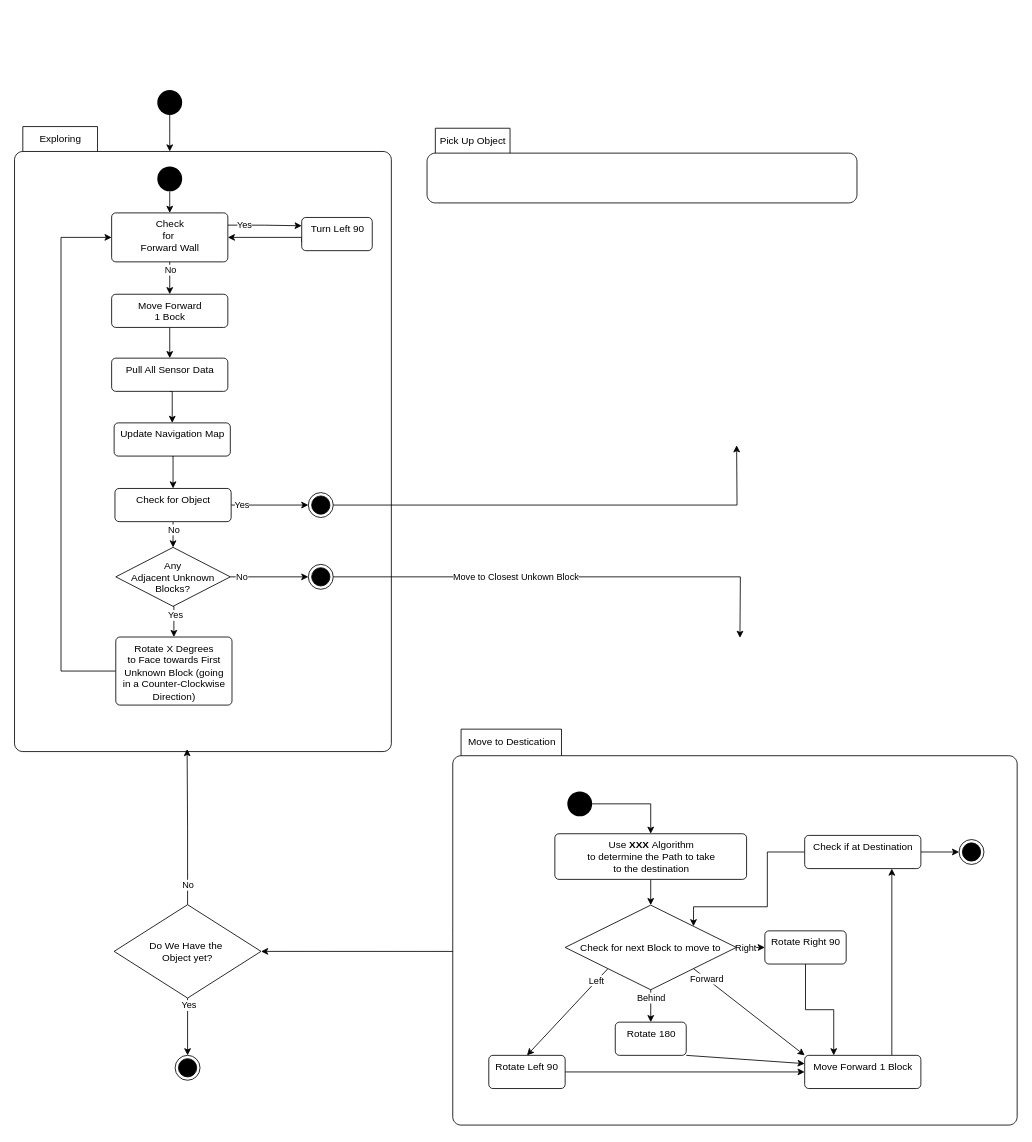
Earlier version of the draw.io diagram Documentation/StateChart.drawio (martinklamrowski/project-blue-jeans). Source tidied: cells renumbered, new cells numbered last; positions are measured from the earlier drawing's top-left corner, leaving out a move shared by most shapes. Both pictures are drawn from the tidied source at 83%, with x=0, y=0 at pixel (14, 90).
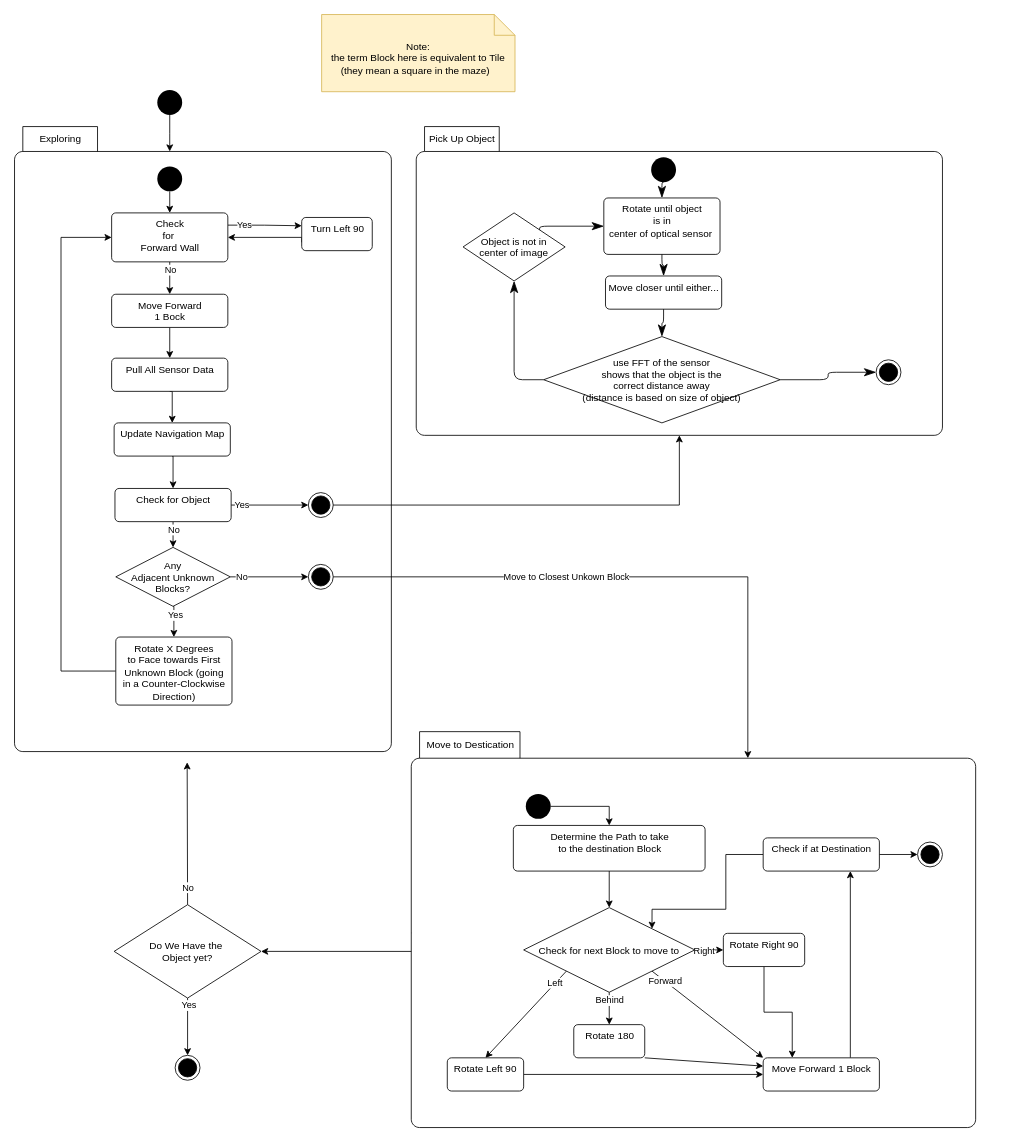
Above is the later version.

Unchanged cells that the change refers to:
```xml
<mxCell id="2" value="Exploring" style="shape=folder;align=center;verticalAlign=middle;fontStyle=0;tabWidth=100;tabHeight=30;tabPosition=left;html=1;boundedLbl=1;labelInHeader=1;rounded=1;absoluteArcSize=1;arcSize=10;" parent="1" vertex="1">
  <mxGeometry y="44" width="454" height="753" as="geometry" />
</mxCell>
<mxCell id="25" style="ellipse;html=1;shape=endState;fillColor=#000000;strokeColor=#000000;" parent="1" vertex="1">
  <mxGeometry x="354" y="485" width="30" height="30" as="geometry" />
</mxCell>
<mxCell id="35" style="ellipse;html=1;shape=endState;fillColor=#000000;strokeColor=#000000;" parent="1" vertex="1">
  <mxGeometry x="354" y="571.5" width="30" height="30" as="geometry" />
</mxCell>
<mxCell id="68" value="Do We Have the &#10;Object yet?" style="rhombus;" parent="1" vertex="1">
  <mxGeometry x="120" y="981.5" width="177" height="112.5" as="geometry" />
</mxCell>
```

Change to the diagram source:
```diff
@@
-    <mxCell id="24" style="edgeStyle=orthogonalEdgeStyle;rounded=0;jettySize=auto;html=1;exitX=1;exitY=0.5;exitDx=0;exitDy=0;" parent="1" edge="1" source="25">
-      <mxGeometry relative="1" as="geometry">
-        <mxPoint x="870" y="428" as="targetPoint" />
-      </mxGeometry>
+    <mxCell id="24" style="edgeStyle=orthogonalEdgeStyle;rounded=0;jettySize=auto;html=1;exitX=1;exitY=0.5;exitDx=0;exitDy=0;entryX=0.5;entryY=1;entryDx=0;entryDy=0;entryPerimeter=0;" parent="1" edge="1" source="25" target="36">
+      <mxGeometry relative="1" as="geometry" />
     </mxCell>
@@
-    <mxCell id="33" style="edgeStyle=orthogonalEdgeStyle;rounded=0;jettySize=auto;html=1;exitX=1;exitY=0.5;exitDx=0;exitDy=0;" parent="1" edge="1" source="35">
-      <mxGeometry relative="1" as="geometry">
-        <mxPoint x="874" y="660" as="targetPoint" />
-      </mxGeometry>
+    <mxCell id="33" style="edgeStyle=orthogonalEdgeStyle;rounded=0;jettySize=auto;html=1;exitX=1;exitY=0.5;exitDx=0;exitDy=0;entryX=0;entryY=0;entryDx=405.5;entryDy=32;entryPerimeter=0;" parent="1" edge="1" source="35" target="38">
+      <mxGeometry relative="1" as="geometry" />
     </mxCell>
@@
     <mxCell id="36" value="Pick Up Object" style="shape=folder;align=center;verticalAlign=middle;fontStyle=0;tabWidth=100;tabHeight=30;tabPosition=left;html=1;boundedLbl=1;labelInHeader=1;rounded=1;absoluteArcSize=1;arcSize=10;" parent="1" vertex="1">
-      <mxGeometry x="497" y="46" width="518" height="90" as="geometry" />
+      <mxGeometry x="484" y="44" width="634" height="372" as="geometry" />
     </mxCell>
@@
     <mxCell id="38" value="Move to Destication" style="shape=folder;align=center;verticalAlign=middle;fontStyle=0;tabWidth=131;tabHeight=32;tabPosition=left;html=1;boundedLbl=1;labelInHeader=1;rounded=1;absoluteArcSize=1;arcSize=10;" parent="1" vertex="1">
-      <mxGeometry x="528" y="770" width="680" height="477" as="geometry" />
+      <mxGeometry x="478" y="773" width="680" height="477" as="geometry" />
     </mxCell>
@@
     <mxCell id="40" style="ellipse;fillColor=#000000;strokeColor=none;" parent="1" vertex="1">
-      <mxGeometry x="666" y="845" width="30" height="30" as="geometry" />
+      <mxGeometry x="616" y="848" width="30" height="30" as="geometry" />
     </mxCell>
@@
-    <mxCell id="42" value="Use &lt;b&gt;XXX&lt;/b&gt;&amp;nbsp;Algorithm&lt;br&gt;to determine the Path to take&lt;br&gt;to the destination" style="html=1;align=center;verticalAlign=top;rounded=1;absoluteArcSize=1;arcSize=10;dashed=0;" parent="1" vertex="1">
-      <mxGeometry x="651" y="896" width="231" height="55" as="geometry" />
-    </mxCell>
@@
     <mxCell id="51" value="Check for next Block to move to" style="rhombus;" parent="1" vertex="1">
-      <mxGeometry x="663.4" y="982" width="206.2" height="102" as="geometry" />
+      <mxGeometry x="613.4" y="985" width="206.2" height="102" as="geometry" />
     </mxCell>
@@
     <mxCell id="53" value="Rotate Right 90" style="html=1;align=center;verticalAlign=top;rounded=1;absoluteArcSize=1;arcSize=10;dashed=0;" parent="1" vertex="1">
-      <mxGeometry x="904" y="1013" width="98" height="40" as="geometry" />
+      <mxGeometry x="854" y="1016" width="98" height="40" as="geometry" />
     </mxCell>
@@
     <mxCell id="55" value="Move Forward 1 Block" style="html=1;align=center;verticalAlign=top;rounded=1;absoluteArcSize=1;arcSize=10;dashed=0;" parent="1" vertex="1">
-      <mxGeometry x="952" y="1163" width="140" height="40" as="geometry" />
+      <mxGeometry x="902" y="1166" width="140" height="40" as="geometry" />
     </mxCell>
@@
     <mxCell id="57" value="Rotate Left 90" style="html=1;align=center;verticalAlign=top;rounded=1;absoluteArcSize=1;arcSize=10;dashed=0;" parent="1" vertex="1">
-      <mxGeometry x="571.4" y="1163" width="92" height="40" as="geometry" />
+      <mxGeometry x="521.4" y="1166" width="92" height="40" as="geometry" />
     </mxCell>
@@
     <mxCell id="59" value="Rotate 180" style="html=1;align=center;verticalAlign=top;rounded=1;absoluteArcSize=1;arcSize=10;dashed=0;" parent="1" vertex="1">
-      <mxGeometry x="723.8" y="1123" width="85.5" height="40" as="geometry" />
+      <mxGeometry x="673.8" y="1126" width="85.5" height="40" as="geometry" />
     </mxCell>
@@
     <mxCell id="61" style="edgeStyle=orthogonalEdgeStyle;rounded=0;jettySize=auto;html=1;exitX=0;exitY=0.5;exitDx=0;exitDy=0;entryX=1;entryY=0;entryDx=0;entryDy=0;" parent="1" edge="1" source="62" target="51">
       <mxGeometry relative="1" as="geometry">
         <Array as="points">
-          <mxPoint x="907" y="918" />
-          <mxPoint x="907" y="984" />
-          <mxPoint x="818" y="984" />
+          <mxPoint x="857" y="921" />
+          <mxPoint x="857" y="987" />
+          <mxPoint x="768" y="987" />
         </Array>
       </mxGeometry>
     </mxCell>
     <mxCell id="62" value="Check if at Destination" style="html=1;align=center;verticalAlign=top;rounded=1;absoluteArcSize=1;arcSize=10;dashed=0;" parent="1" vertex="1">
-      <mxGeometry x="952" y="898" width="140" height="40" as="geometry" />
+      <mxGeometry x="902" y="901" width="140" height="40" as="geometry" />
     </mxCell>
     <mxCell id="63" style="ellipse;html=1;shape=endState;fillColor=#000000;strokeColor=#000000;" parent="1" vertex="1">
-      <mxGeometry x="1138" y="903" width="30" height="30" as="geometry" />
+      <mxGeometry x="1088" y="906" width="30" height="30" as="geometry" />
     </mxCell>
-    <mxCell id="64" style="edgeStyle=orthogonalEdgeStyle;rounded=0;jettySize=auto;html=1;exitX=0.5;exitY=0;exitDx=0;exitDy=0;entryX=0.458;entryY=0.996;entryDx=0;entryDy=0;entryPerimeter=0;" parent="1" edge="1" source="68" target="2">
-      <mxGeometry relative="1" as="geometry" />
+    <mxCell id="64" style="edgeStyle=orthogonalEdgeStyle;rounded=0;jettySize=auto;html=1;exitX=0.5;exitY=0;exitDx=0;exitDy=0;" parent="1" edge="1" source="68">
+      <mxGeometry relative="1" as="geometry">
+        <mxPoint x="208" y="810" as="targetPoint" />
+      </mxGeometry>
     </mxCell>
@@
+    <mxCell id="42" value="Determine the Path to take&lt;br&gt;to the destination Block" style="html=1;align=center;verticalAlign=top;rounded=1;absoluteArcSize=1;arcSize=10;dashed=0;" parent="1" vertex="1">
+      <mxGeometry x="601" y="886" width="231" height="55" as="geometry" />
+    </mxCell>
+    <mxCell id="71" value="Note:&lt;br&gt;the term Block here is equivalent to Tile&lt;br&gt;(they mean a square in the maze) &amp;nbsp;" style="shape=note2;boundedLbl=1;whiteSpace=wrap;html=1;size=25;verticalAlign=top;align=center;fillColor=#fff2cc;strokeColor=#d6b656;" parent="1" vertex="1">
+      <mxGeometry x="370" y="-91" width="233" height="93" as="geometry" />
+    </mxCell>
+    <mxCell id="72" value="Rotate until object&lt;br&gt;is in&lt;br&gt;center&amp;nbsp;of optical sensor&amp;nbsp;" style="html=1;align=center;verticalAlign=top;rounded=1;absoluteArcSize=1;arcSize=10;dashed=0;" parent="1" vertex="1">
+      <mxGeometry x="710" y="130" width="140" height="68" as="geometry" />
+    </mxCell>
+    <mxCell id="73" value="Move closer until either..." style="html=1;align=center;verticalAlign=top;rounded=1;absoluteArcSize=1;arcSize=10;dashed=0;" parent="1" vertex="1">
+      <mxGeometry x="712" y="224" width="140" height="40" as="geometry" />
+    </mxCell>
+    <mxCell id="74" value="use FFT of the sensor&#10;shows that the object is the&#10;correct distance away&#10;(distance is based on size of object)" style="rhombus;" parent="1" vertex="1">
+      <mxGeometry x="637.5" y="297" width="285" height="104" as="geometry" />
+    </mxCell>
+    <mxCell id="75" value="Object is not in&#10;center of image" style="rhombus;" parent="1" vertex="1">
+      <mxGeometry x="540.4" y="148" width="123" height="82" as="geometry" />
+    </mxCell>
+    <mxCell id="76" style="ellipse;fillColor=#000000;strokeColor=none;" parent="1" vertex="1">
+      <mxGeometry x="767" y="81" width="30" height="30" as="geometry" />
+    </mxCell>
+    <mxCell id="77" style="ellipse;html=1;shape=endState;fillColor=#000000;strokeColor=#000000;" parent="1" vertex="1">
+      <mxGeometry x="1038" y="325" width="30" height="30" as="geometry" />
+    </mxCell>
+    <mxCell id="78" style="endArrow=classicThin;endFill=1;endSize=12;html=1;exitX=0;exitY=0.5;exitDx=0;exitDy=0;entryX=0.5;entryY=1;entryDx=0;entryDy=0;edgeStyle=orthogonalEdgeStyle;" parent="1" edge="1" source="74" target="75">
+      <mxGeometry relative="1" as="geometry" />
+    </mxCell>
+    <mxCell id="79" style="endArrow=classicThin;endFill=1;endSize=12;html=1;exitX=1;exitY=0;exitDx=0;exitDy=0;entryX=0;entryY=0.5;entryDx=0;entryDy=0;edgeStyle=orthogonalEdgeStyle;" parent="1" edge="1" source="75" target="72">
+      <mxGeometry relative="1" as="geometry">
+        <Array as="points">
+          <mxPoint x="633" y="164" />
+        </Array>
+      </mxGeometry>
+    </mxCell>
+    <mxCell id="80" style="endArrow=classicThin;endFill=1;endSize=12;html=1;exitX=0.5;exitY=1;exitDx=0;exitDy=0;entryX=0.5;entryY=0;entryDx=0;entryDy=0;edgeStyle=orthogonalEdgeStyle;" parent="1" edge="1" source="72" target="73">
+      <mxGeometry relative="1" as="geometry" />
+    </mxCell>
+    <mxCell id="81" style="endArrow=classicThin;endFill=1;endSize=12;html=1;exitX=0.5;exitY=1;exitDx=0;exitDy=0;entryX=0.5;entryY=0;entryDx=0;entryDy=0;edgeStyle=orthogonalEdgeStyle;" parent="1" edge="1" source="73" target="74">
+      <mxGeometry relative="1" as="geometry" />
+    </mxCell>
+    <mxCell id="82" style="endArrow=classicThin;endFill=1;endSize=12;html=1;exitX=1;exitY=0.5;exitDx=0;exitDy=0;edgeStyle=orthogonalEdgeStyle;entryX=0;entryY=0.5;entryDx=0;entryDy=0;" parent="1" edge="1" source="74" target="77">
+      <mxGeometry relative="1" as="geometry" />
+    </mxCell>
+    <mxCell id="83" style="endArrow=classicThin;endFill=1;endSize=12;html=1;exitX=0.5;exitY=1;exitDx=0;exitDy=0;entryX=0.5;entryY=0;entryDx=0;entryDy=0;edgeStyle=orthogonalEdgeStyle;" parent="1" edge="1" source="76" target="72">
+      <mxGeometry relative="1" as="geometry" />
+    </mxCell>
```
